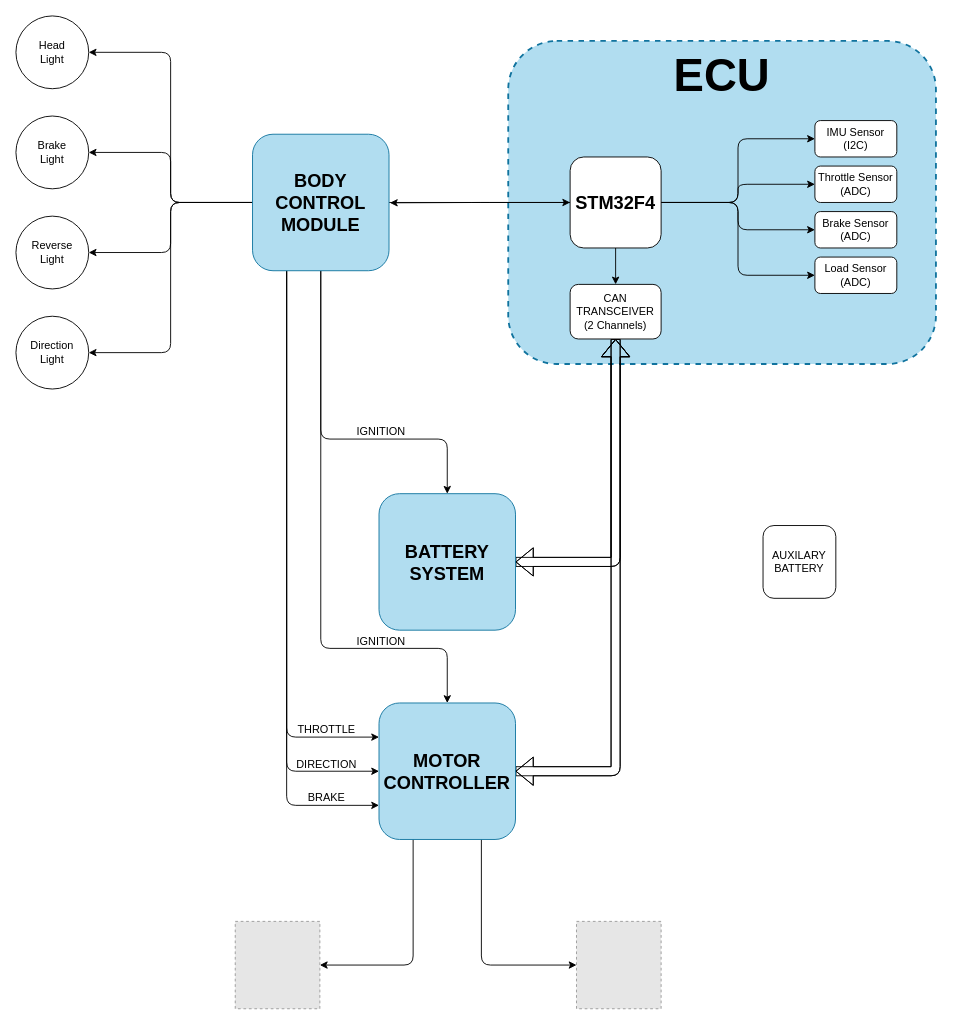
Above: Vehicle Architecture.drawio in techvitamins/developer (draw.io), before the change. Source tidied: cells renumbered, new cells numbered last; positions are measured from the earlier drawing's top-left corner, leaving out a move shared by most shapes. Both pictures are drawn from the tidied source at 91%, with x=0, y=0 at pixel (15, 15). Pictures stored in the file or linked from it are replaced by grey dashed boxes.
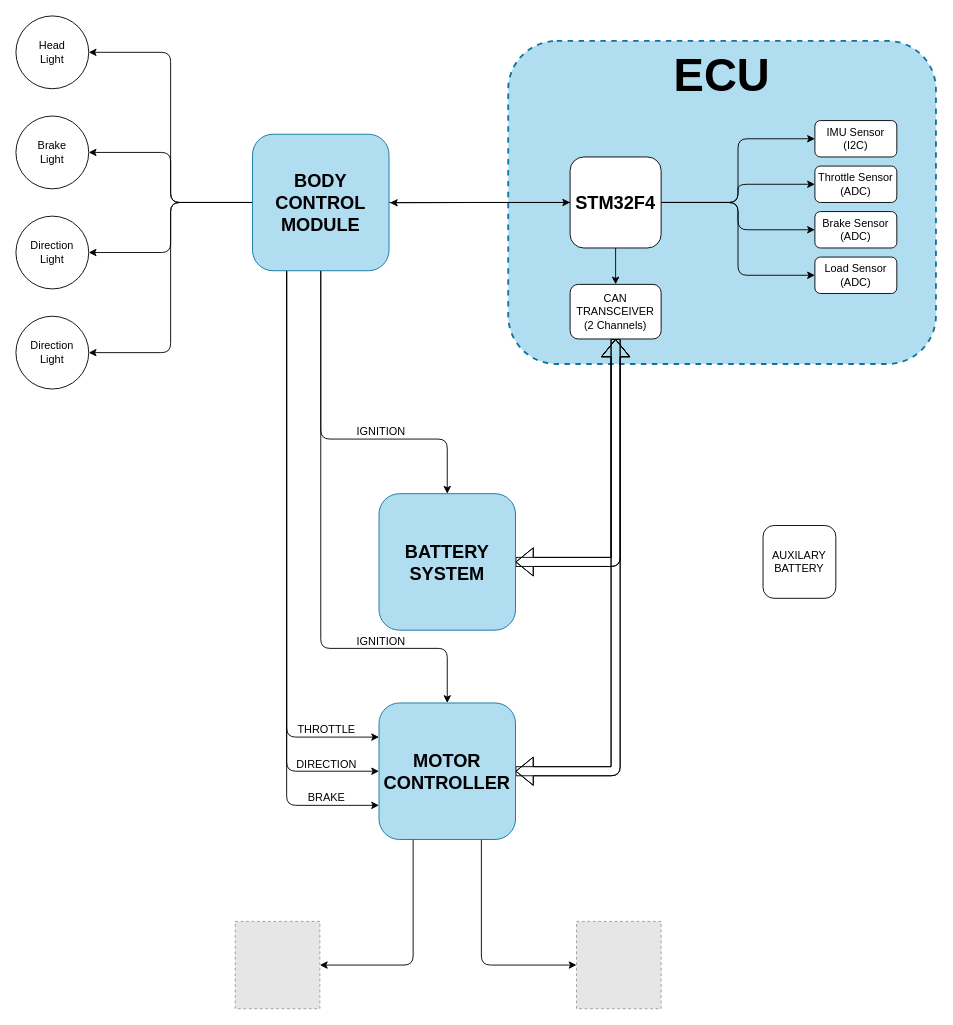
The same diagram, later.

The edit, as a diff of the source:
```diff
@@
-    <mxCell id="35" value="Reverse&lt;br&gt;Light" style="ellipse;whiteSpace=wrap;html=1;fontSize=12;rounded=1;" parent="1" vertex="1">
+    <mxCell id="35" value="Direction&lt;br&gt;Light" style="ellipse;whiteSpace=wrap;html=1;fontSize=12;rounded=1;" parent="1" vertex="1">
       <mxGeometry y="220" width="80" height="80" as="geometry" />
     </mxCell>
```
